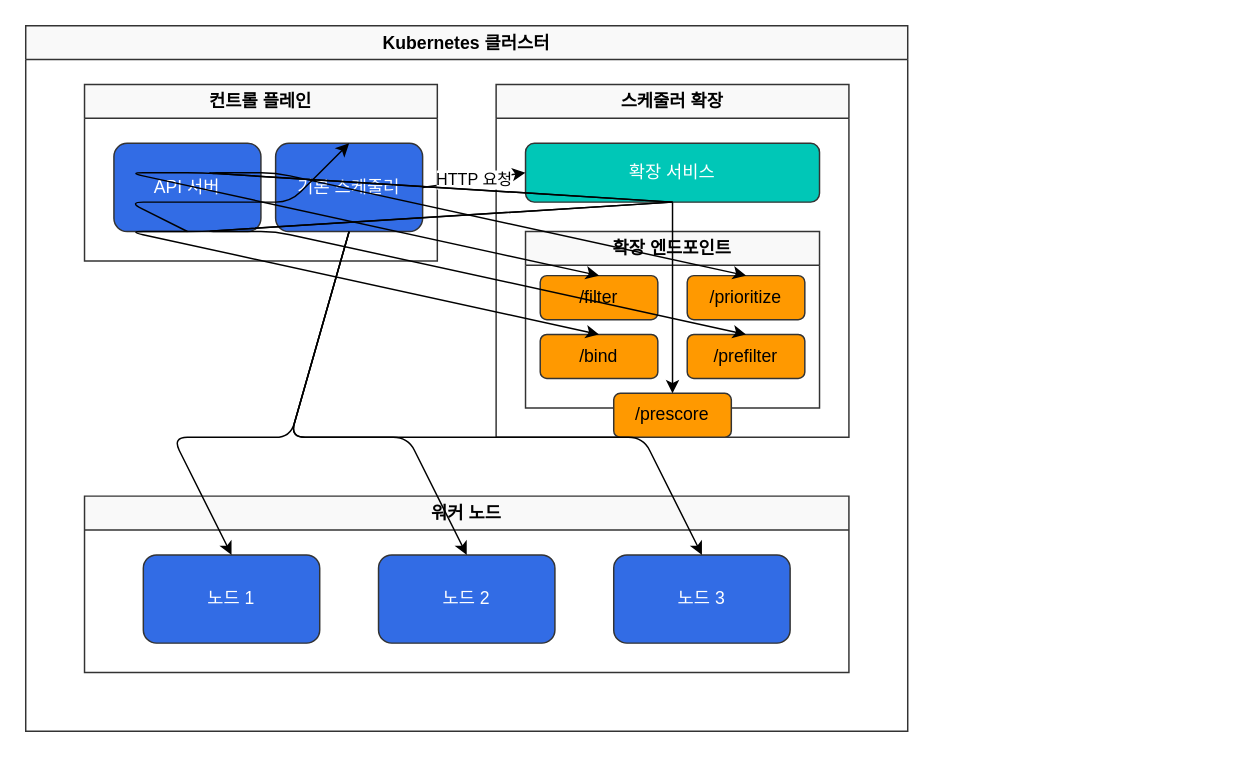
Earlier version of the draw.io diagram assets/generated-diagrams/scheduler_extender_architecture.drawio (Atom-oh/kubernetes-docs). Source tidied: cells renumbered, new cells numbered last; positions are measured from the earlier drawing's top-left corner, leaving out a move shared by most shapes. Both pictures are drawn from the tidied source at 147%, with x=0, y=0 at pixel (25, 25).
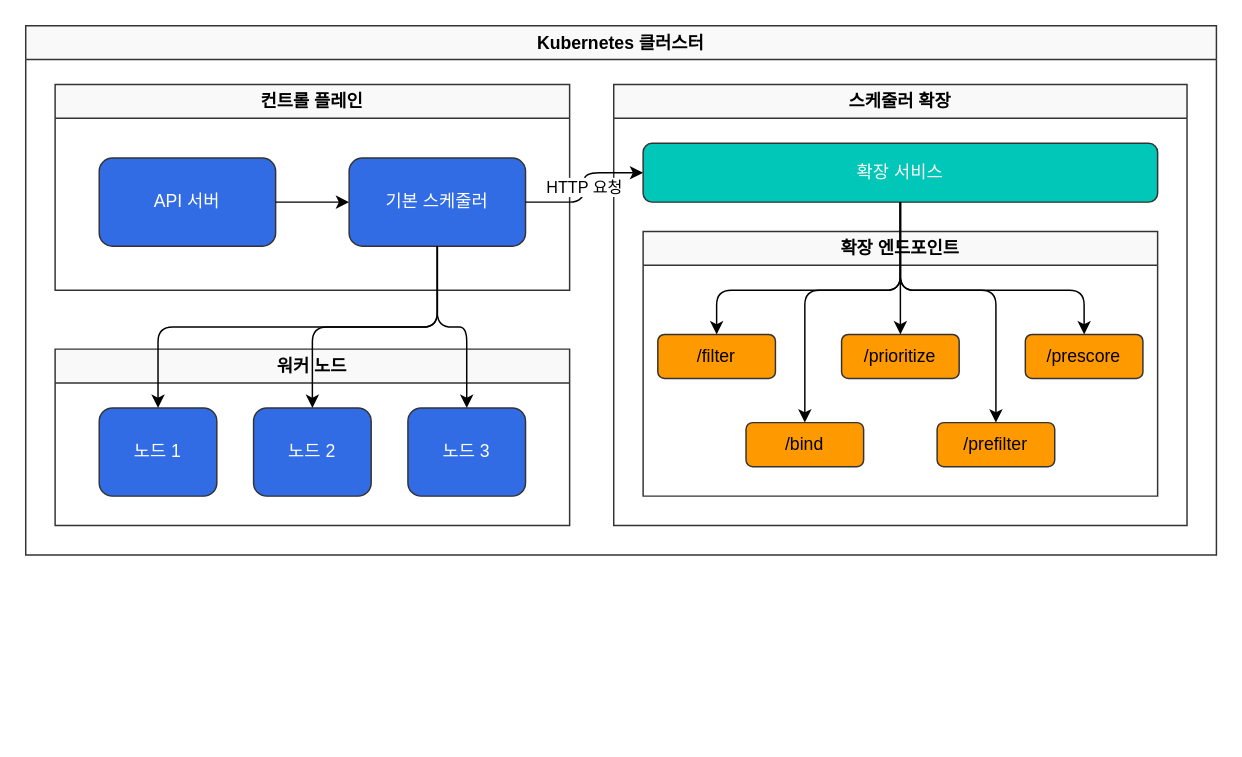
The same diagram, later.

The edit, as a diff of the source:
```diff
@@
     <mxCell id="2" value="Kubernetes 클러스터" style="swimlane;whiteSpace=wrap;html=1;fillColor=#f9f9f9;strokeColor=#333333;strokeWidth=1;" parent="1" vertex="1">
-      <mxGeometry width="600" height="480" as="geometry" />
+      <mxGeometry width="810" height="360" as="geometry" />
     </mxCell>
     <mxCell id="3" value="컨트롤 플레인" style="swimlane;whiteSpace=wrap;html=1;fillColor=#f9f9f9;strokeColor=#333333;strokeWidth=1;" parent="2" vertex="1">
-      <mxGeometry x="40" y="40" width="240" height="120" as="geometry" />
+      <mxGeometry x="20" y="40" width="350" height="140" as="geometry" />
     </mxCell>
     <mxCell id="4" value="API 서버" style="rounded=1;whiteSpace=wrap;html=1;fillColor=#326CE5;strokeColor=#333333;strokeWidth=1;fontColor=#FFFFFF;" parent="3" vertex="1">
-      <mxGeometry x="20" y="40" width="100" height="60" as="geometry" />
+      <mxGeometry x="30" y="50" width="120" height="60" as="geometry" />
     </mxCell>
     <mxCell id="5" value="기본 스케줄러" style="rounded=1;whiteSpace=wrap;html=1;fillColor=#326CE5;strokeColor=#333333;strokeWidth=1;fontColor=#FFFFFF;" parent="3" vertex="1">
-      <mxGeometry x="130" y="40" width="100" height="60" as="geometry" />
+      <mxGeometry x="200" y="50" width="120" height="60" as="geometry" />
     </mxCell>
     <mxCell id="6" value="스케줄러 확장" style="swimlane;whiteSpace=wrap;html=1;fillColor=#f9f9f9;strokeColor=#333333;strokeWidth=1;" parent="2" vertex="1">
-      <mxGeometry x="320" y="40" width="240" height="240" as="geometry" />
+      <mxGeometry x="400" y="40" width="390" height="300" as="geometry" />
     </mxCell>
     <mxCell id="7" value="확장 서비스" style="rounded=1;whiteSpace=wrap;html=1;fillColor=#00C7B7;strokeColor=#333333;strokeWidth=1;fontColor=#FFFFFF;" parent="6" vertex="1">
-      <mxGeometry x="20" y="40" width="200" height="40" as="geometry" />
+      <mxGeometry x="20" y="40" width="350" height="40" as="geometry" />
     </mxCell>
     <mxCell id="8" value="확장 엔드포인트" style="swimlane;whiteSpace=wrap;html=1;fillColor=#f9f9f9;strokeColor=#333333;strokeWidth=1;" parent="6" vertex="1">
-      <mxGeometry x="20" y="100" width="200" height="120" as="geometry" />
+      <mxGeometry x="20" y="100" width="350" height="180" as="geometry" />
     </mxCell>
     <mxCell id="9" value="/filter" style="rounded=1;whiteSpace=wrap;html=1;fillColor=#FF9900;strokeColor=#333333;strokeWidth=1;fontColor=#000000;" parent="8" vertex="1">
-      <mxGeometry x="10" y="30" width="80" height="30" as="geometry" />
+      <mxGeometry x="10" y="70" width="80" height="30" as="geometry" />
     </mxCell>
     <mxCell id="10" value="/prioritize" style="rounded=1;whiteSpace=wrap;html=1;fillColor=#FF9900;strokeColor=#333333;strokeWidth=1;fontColor=#000000;" parent="8" vertex="1">
-      <mxGeometry x="110" y="30" width="80" height="30" as="geometry" />
+      <mxGeometry x="135" y="70" width="80" height="30" as="geometry" />
     </mxCell>
     <mxCell id="11" value="/bind" style="rounded=1;whiteSpace=wrap;html=1;fillColor=#FF9900;strokeColor=#333333;strokeWidth=1;fontColor=#000000;" parent="8" vertex="1">
-      <mxGeometry x="10" y="70" width="80" height="30" as="geometry" />
+      <mxGeometry x="70" y="130" width="80" height="30" as="geometry" />
     </mxCell>
     <mxCell id="12" value="/prefilter" style="rounded=1;whiteSpace=wrap;html=1;fillColor=#FF9900;strokeColor=#333333;strokeWidth=1;fontColor=#000000;" parent="8" vertex="1">
-      <mxGeometry x="110" y="70" width="80" height="30" as="geometry" />
+      <mxGeometry x="200" y="130" width="80" height="30" as="geometry" />
     </mxCell>
     <mxCell id="13" value="/prescore" style="rounded=1;whiteSpace=wrap;html=1;fillColor=#FF9900;strokeColor=#333333;strokeWidth=1;fontColor=#000000;" parent="8" vertex="1">
-      <mxGeometry x="60" y="110" width="80" height="30" as="geometry" />
+      <mxGeometry x="260" y="70" width="80" height="30" as="geometry" />
     </mxCell>
     <mxCell id="14" value="워커 노드" style="swimlane;whiteSpace=wrap;html=1;fillColor=#f9f9f9;strokeColor=#333333;strokeWidth=1;" parent="2" vertex="1">
-      <mxGeometry x="40" y="320" width="520" height="120" as="geometry" />
+      <mxGeometry x="20" y="220" width="350" height="120" as="geometry" />
     </mxCell>
     <mxCell id="15" value="노드 1" style="rounded=1;whiteSpace=wrap;html=1;fillColor=#326CE5;strokeColor=#333333;strokeWidth=1;fontColor=#FFFFFF;" parent="14" vertex="1">
-      <mxGeometry x="40" y="40" width="120" height="60" as="geometry" />
+      <mxGeometry x="30" y="40" width="80" height="60" as="geometry" />
     </mxCell>
     <mxCell id="16" value="노드 2" style="rounded=1;whiteSpace=wrap;html=1;fillColor=#326CE5;strokeColor=#333333;strokeWidth=1;fontColor=#FFFFFF;" parent="14" vertex="1">
-      <mxGeometry x="200" y="40" width="120" height="60" as="geometry" />
+      <mxGeometry x="135" y="40" width="80" height="60" as="geometry" />
     </mxCell>
     <mxCell id="17" value="노드 3" style="rounded=1;whiteSpace=wrap;html=1;fillColor=#326CE5;strokeColor=#333333;strokeWidth=1;fontColor=#FFFFFF;" parent="14" vertex="1">
-      <mxGeometry x="360" y="40" width="120" height="60" as="geometry" />
+      <mxGeometry x="240" y="40" width="80" height="60" as="geometry" />
     </mxCell>
-    <mxCell id="18" style="endArrow=classic;html=1;exitX=0.5;exitY=1;exitDx=0;exitDy=0;entryX=0.5;entryY=0;entryDx=0;entryDy=0;" parent="2" edge="1" source="4" target="5">
+    <mxCell id="18" style="endArrow=classic;html=1;edgeStyle=elbowEdgeStyle;exitX=1;exitY=0.5;exitDx=0;exitDy=0;" parent="2" edge="1" source="4">
       <mxGeometry relative="1" as="geometry">
-        <Array as="points">
-          <mxPoint x="70" y="120" />
-          <mxPoint x="180" y="120" />
-        </Array>
+        <mxPoint x="220" y="120" as="targetPoint" />
       </mxGeometry>
     </mxCell>
-    <mxCell id="19" value="HTTP 요청" style="endArrow=classic;html=1;exitX=1;exitY=0.5;exitDx=0;exitDy=0;entryX=0;entryY=0.5;entryDx=0;entryDy=0;" parent="2" edge="1" source="5" target="7">
+    <mxCell id="19" value="HTTP 요청" style="endArrow=classic;html=1;exitX=1;exitY=0.5;exitDx=0;exitDy=0;entryX=0;entryY=0.5;entryDx=0;entryDy=0;edgeStyle=orthogonalEdgeStyle;" parent="2" edge="1" source="5" target="7">
       <mxGeometry relative="1" as="geometry" />
     </mxCell>
-    <mxCell id="20" style="endArrow=classic;html=1;exitX=0.5;exitY=1;exitDx=0;exitDy=0;entryX=0.5;entryY=0;entryDx=0;entryDy=0;" parent="2" edge="1" source="7" target="9">
+    <mxCell id="20" style="endArrow=classic;html=1;exitX=0.5;exitY=1;exitDx=0;exitDy=0;entryX=0.5;entryY=0;entryDx=0;entryDy=0;edgeStyle=orthogonalEdgeStyle;" parent="2" edge="1" source="7" target="9">
       <mxGeometry relative="1" as="geometry">
         <Array as="points">
-          <mxPoint x="120" y="100" />
-          <mxPoint x="70" y="100" />
+          <mxPoint x="595" y="180" />
+          <mxPoint x="470" y="180" />
         </Array>
       </mxGeometry>
     </mxCell>
-    <mxCell id="21" style="endArrow=classic;html=1;exitX=0.5;exitY=1;exitDx=0;exitDy=0;entryX=0.5;entryY=0;entryDx=0;entryDy=0;" parent="2" edge="1" source="7" target="10">
-      <mxGeometry relative="1" as="geometry">
-        <Array as="points">
-          <mxPoint x="120" y="100" />
-          <mxPoint x="170" y="100" />
-        </Array>
-      </mxGeometry>
+    <mxCell id="21" style="endArrow=classic;html=1;exitX=0.5;exitY=1;exitDx=0;exitDy=0;entryX=0.5;entryY=0;entryDx=0;entryDy=0;edgeStyle=elbowEdgeStyle;" parent="2" edge="1" source="7" target="10">
+      <mxGeometry relative="1" as="geometry" />
     </mxCell>
-    <mxCell id="22" style="endArrow=classic;html=1;exitX=0.5;exitY=1;exitDx=0;exitDy=0;entryX=0.5;entryY=0;entryDx=0;entryDy=0;" parent="2" edge="1" source="7" target="11">
+    <mxCell id="22" style="endArrow=classic;html=1;exitX=0.5;exitY=1;exitDx=0;exitDy=0;entryX=0.5;entryY=0;entryDx=0;entryDy=0;edgeStyle=orthogonalEdgeStyle;" parent="2" edge="1" source="7" target="11">
       <mxGeometry relative="1" as="geometry">
         <Array as="points">
-          <mxPoint x="120" y="140" />
-          <mxPoint x="70" y="140" />
+          <mxPoint x="595" y="180" />
+          <mxPoint x="530" y="180" />
         </Array>
       </mxGeometry>
     </mxCell>
-    <mxCell id="23" style="endArrow=classic;html=1;exitX=0.5;exitY=1;exitDx=0;exitDy=0;entryX=0.5;entryY=0;entryDx=0;entryDy=0;" parent="2" edge="1" source="7" target="12">
+    <mxCell id="23" style="endArrow=classic;html=1;exitX=0.5;exitY=1;exitDx=0;exitDy=0;entryX=0.5;entryY=0;entryDx=0;entryDy=0;edgeStyle=orthogonalEdgeStyle;" parent="2" edge="1" source="7" target="12">
       <mxGeometry relative="1" as="geometry">
         <Array as="points">
-          <mxPoint x="120" y="140" />
-          <mxPoint x="170" y="140" />
+          <mxPoint x="595" y="180" />
+          <mxPoint x="660" y="180" />
         </Array>
       </mxGeometry>
     </mxCell>
-    <mxCell id="24" style="endArrow=classic;html=1;exitX=0.5;exitY=1;exitDx=0;exitDy=0;entryX=0.5;entryY=0;entryDx=0;entryDy=0;" parent="2" edge="1" source="7" target="13">
-      <mxGeometry relative="1" as="geometry" />
+    <mxCell id="24" style="endArrow=classic;html=1;exitX=0.5;exitY=1;exitDx=0;exitDy=0;entryX=0.5;entryY=0;entryDx=0;entryDy=0;edgeStyle=orthogonalEdgeStyle;" parent="2" edge="1" source="7" target="13">
+      <mxGeometry relative="1" as="geometry">
+        <Array as="points">
+          <mxPoint x="595" y="180" />
+          <mxPoint x="720" y="180" />
+        </Array>
+      </mxGeometry>
     </mxCell>
-    <mxCell id="25" style="endArrow=classic;html=1;exitX=0.5;exitY=1;exitDx=0;exitDy=0;entryX=0.5;entryY=0;entryDx=0;entryDy=0;" parent="2" edge="1" source="5" target="15">
-      <mxGeometry relative="1" as="geometry">
-        <Array as="points">
-          <mxPoint x="180" y="280" />
-          <mxPoint x="100" y="280" />
-        </Array>
-      </mxGeometry>
+    <mxCell id="25" style="endArrow=classic;html=1;exitX=0.5;exitY=1;exitDx=0;exitDy=0;entryX=0.5;entryY=0;entryDx=0;entryDy=0;edgeStyle=orthogonalEdgeStyle;" parent="2" edge="1" source="5" target="15">
+      <mxGeometry relative="1" as="geometry" />
     </mxCell>
-    <mxCell id="26" style="endArrow=classic;html=1;exitX=0.5;exitY=1;exitDx=0;exitDy=0;entryX=0.5;entryY=0;entryDx=0;entryDy=0;" parent="2" edge="1" source="5" target="16">
-      <mxGeometry relative="1" as="geometry">
-        <Array as="points">
-          <mxPoint x="180" y="280" />
-          <mxPoint x="260" y="280" />
-        </Array>
-      </mxGeometry>
+    <mxCell id="26" style="endArrow=classic;html=1;exitX=0.5;exitY=1;exitDx=0;exitDy=0;entryX=0.5;entryY=0;entryDx=0;entryDy=0;edgeStyle=orthogonalEdgeStyle;" parent="2" edge="1" source="5" target="16">
+      <mxGeometry relative="1" as="geometry" />
     </mxCell>
-    <mxCell id="27" style="endArrow=classic;html=1;exitX=0.5;exitY=1;exitDx=0;exitDy=0;entryX=0.5;entryY=0;entryDx=0;entryDy=0;" parent="2" edge="1" source="5" target="17">
-      <mxGeometry relative="1" as="geometry">
-        <Array as="points">
-          <mxPoint x="180" y="280" />
-          <mxPoint x="420" y="280" />
-        </Array>
-      </mxGeometry>
+    <mxCell id="27" style="endArrow=classic;html=1;exitX=0.5;exitY=1;exitDx=0;exitDy=0;entryX=0.5;entryY=0;entryDx=0;entryDy=0;edgeStyle=orthogonalEdgeStyle;" parent="2" edge="1" source="5" target="17">
+      <mxGeometry relative="1" as="geometry" />
     </mxCell>
```
